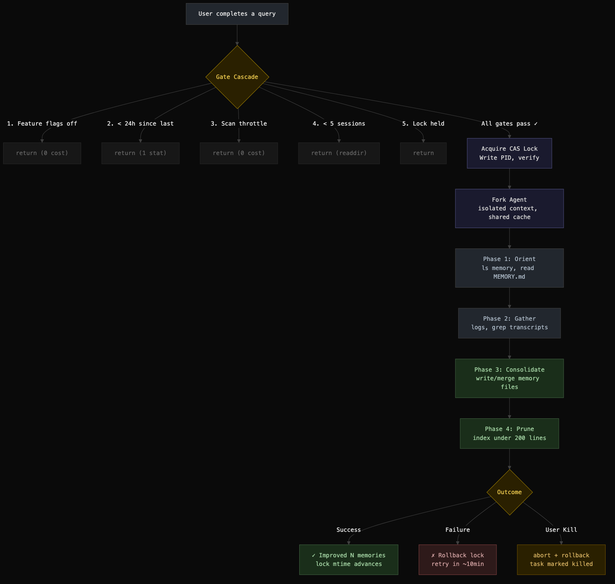
Earlier version of the Mermaid export claude-code-dream-memory-consolidation/img/dream-lifecycle.png (nirus/coder-rocks). Its source is kept beside it as claude-code-dream-memory-consolidation/img/dream-lifecycle.mmd. Source of this version:
```mermaid
flowchart TD
    A["User completes a query"] --> B{"Gate Cascade"}

    B -->|"1. Feature flags off"| X1["return (0 cost)"]
    B -->|"2. < 24h since last"| X2["return (1 stat)"]
    B -->|"3. Scan throttle"| X3["return (0 cost)"]
    B -->|"4. < 5 sessions"| X4["return (readdir)"]
    B -->|"5. Lock held"| X5["return"]
    B -->|"All gates pass ✓"| C

    C["Acquire CAS Lock\nWrite PID, verify"] --> D["Fork Agent\nisolated context, shared cache"]

    D --> E["Phase 1: Orient\nls memory, read MEMORY.md"]
    E --> F["Phase 2: Gather\nlogs, grep transcripts"]
    F --> G["Phase 3: Consolidate\nwrite/merge memory files"]
    G --> H["Phase 4: Prune\nindex under 200 lines"]

    H --> I{"Outcome"}
    I -->|"Success"| S["✓ Improved N memories\nlock mtime advances"]
    I -->|"Failure"| FL["✗ Rollback lock\nretry in ~10min"]
    I -->|"User Kill"| K["abort + rollback\ntask marked killed"]

    style A fill:#22272e,stroke:#404040,color:#e5e5e5
    style B fill:#2a2000,stroke:#a08000,color:#e5c34b
    style C fill:#1a1a2e,stroke:#505080,color:#d4d4d4
    style D fill:#1a1a2e,stroke:#505080,color:#d4d4d4
    style E fill:#22272e,stroke:#404040,color:#adbac7
    style F fill:#22272e,stroke:#404040,color:#adbac7
    style G fill:#1a2e1a,stroke:#406040,color:#a0d0a0
    style H fill:#1a2e1a,stroke:#406040,color:#a0d0a0
    style I fill:#2a2000,stroke:#a08000,color:#e5c34b
    style S fill:#1a2e1a,stroke:#406040,color:#a0d0a0
    style FL fill:#2e1a1a,stroke:#804040,color:#d0a0a0
    style K fill:#2a2000,stroke:#705000,color:#d4b060
    style X1 fill:#171717,stroke:#262626,color:#666666
    style X2 fill:#171717,stroke:#262626,color:#666666
    style X3 fill:#171717,stroke:#262626,color:#666666
    style X4 fill:#171717,stroke:#262626,color:#666666
    style X5 fill:#171717,stroke:#262626,color:#666666
```
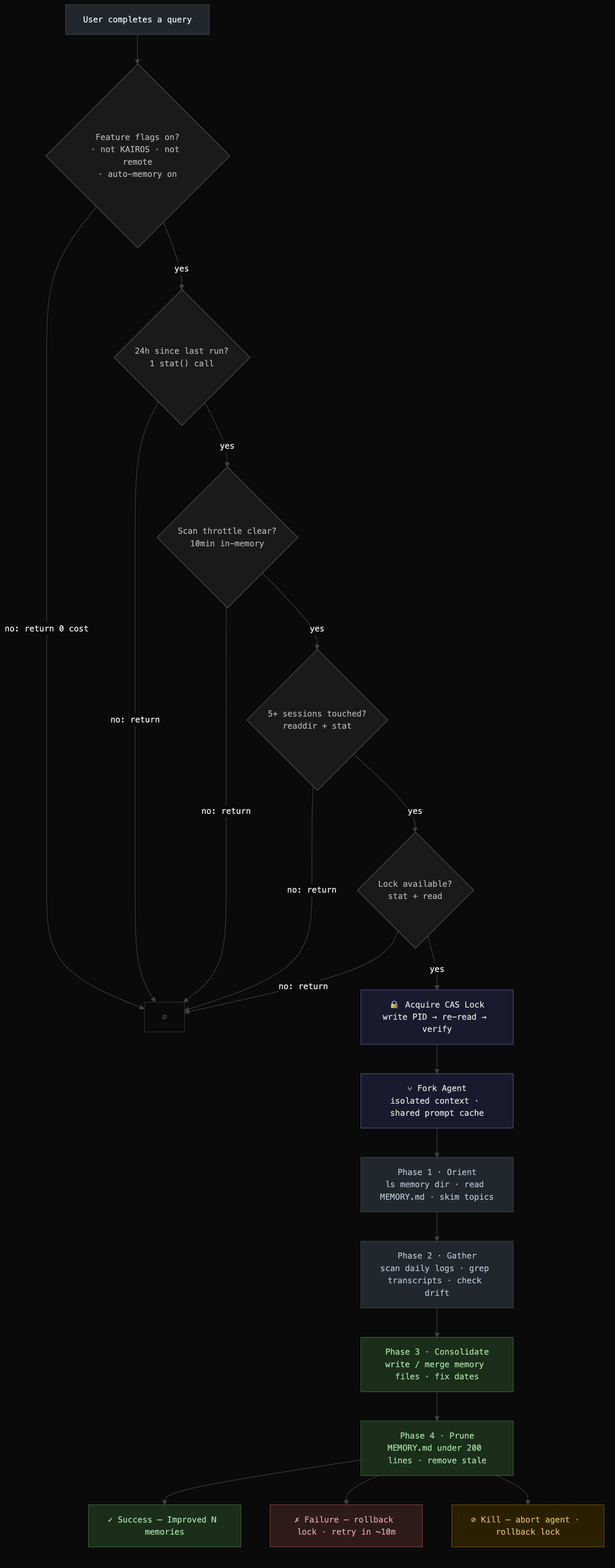
After the change.

Commit message:
fix: redesign Dream diagram as centered vertical flowchart

Diff of the diagram source:
```diff
@@ -1,39 +1,42 @@
 flowchart TD
-    A["User completes a query"] --> B{"Gate Cascade"}
+    A["User completes a query"]
+    A --> B{"Feature flags on?\n· not KAIROS · not remote\n· auto-memory on"}
+    B -->|"no: return 0 cost"| Z["∅"]
+    B -->|yes| C{"24h since last run?\n1 stat() call"}
+    C -->|"no: return"| Z
+    C -->|yes| D{"Scan throttle clear?\n10min in-memory"}
+    D -->|"no: return"| Z
+    D -->|yes| E{"5+ sessions touched?\nreaddir + stat"}
+    E -->|"no: return"| Z
+    E -->|yes| F{"Lock available?\nstat + read"}
+    F -->|"no: return"| Z
+    F -->|yes| G
 
-    B -->|"1. Feature flags off"| X1["return (0 cost)"]
-    B -->|"2. < 24h since last"| X2["return (1 stat)"]
-    B -->|"3. Scan throttle"| X3["return (0 cost)"]
-    B -->|"4. < 5 sessions"| X4["return (readdir)"]
-    B -->|"5. Lock held"| X5["return"]
-    B -->|"All gates pass ✓"| C
+    G["🔒 Acquire CAS Lock\nwrite PID → re-read → verify"]
+    G --> H["⑂ Fork Agent\nisolated context · shared prompt cache"]
 
-    C["Acquire CAS Lock\nWrite PID, verify"] --> D["Fork Agent\nisolated context, shared cache"]
+    H --> P1["Phase 1 · Orient\nls memory dir · read MEMORY.md · skim topics"]
+    P1 --> P2["Phase 2 · Gather\nscan daily logs · grep transcripts · check drift"]
+    P2 --> P3["Phase 3 · Consolidate\nwrite / merge memory files · fix dates"]
+    P3 --> P4["Phase 4 · Prune\nMEMORY.md under 200 lines · remove stale"]
 
-    D --> E["Phase 1: Orient\nls memory, read MEMORY.md"]
-    E --> F["Phase 2: Gather\nlogs, grep transcripts"]
-    F --> G["Phase 3: Consolidate\nwrite/merge memory files"]
-    G --> H["Phase 4: Prune\nindex under 200 lines"]
-
-    H --> I{"Outcome"}
-    I -->|"Success"| S["✓ Improved N memories\nlock mtime advances"]
-    I -->|"Failure"| FL["✗ Rollback lock\nretry in ~10min"]
-    I -->|"User Kill"| K["abort + rollback\ntask marked killed"]
+    P4 --> S["✓ Success — Improved N memories"]
+    P4 --> FL["✗ Failure — rollback lock · retry in ~10m"]
+    P4 --> K["⊘ Kill — abort agent · rollback lock"]
 
     style A fill:#22272e,stroke:#404040,color:#e5e5e5
-    style B fill:#2a2000,stroke:#a08000,color:#e5c34b
-    style C fill:#1a1a2e,stroke:#505080,color:#d4d4d4
-    style D fill:#1a1a2e,stroke:#505080,color:#d4d4d4
-    style E fill:#22272e,stroke:#404040,color:#adbac7
-    style F fill:#22272e,stroke:#404040,color:#adbac7
-    style G fill:#1a2e1a,stroke:#406040,color:#a0d0a0
-    style H fill:#1a2e1a,stroke:#406040,color:#a0d0a0
-    style I fill:#2a2000,stroke:#a08000,color:#e5c34b
+    style B fill:#1a1a1a,stroke:#555,color:#aaa
+    style C fill:#1a1a1a,stroke:#555,color:#aaa
+    style D fill:#1a1a1a,stroke:#555,color:#aaa
+    style E fill:#1a1a1a,stroke:#555,color:#aaa
+    style F fill:#1a1a1a,stroke:#555,color:#aaa
+    style Z fill:#0a0a0a,stroke:#333,color:#444
+    style G fill:#1a1a2e,stroke:#505080,color:#d4d4d4
+    style H fill:#1a1a2e,stroke:#505080,color:#d4d4d4
+    style P1 fill:#22272e,stroke:#404040,color:#adbac7
+    style P2 fill:#22272e,stroke:#404040,color:#adbac7
+    style P3 fill:#1a2e1a,stroke:#406040,color:#a0d0a0
+    style P4 fill:#1a2e1a,stroke:#406040,color:#a0d0a0
     style S fill:#1a2e1a,stroke:#406040,color:#a0d0a0
     style FL fill:#2e1a1a,stroke:#804040,color:#d0a0a0
     style K fill:#2a2000,stroke:#705000,color:#d4b060
-    style X1 fill:#171717,stroke:#262626,color:#666666
-    style X2 fill:#171717,stroke:#262626,color:#666666
-    style X3 fill:#171717,stroke:#262626,color:#666666
-    style X4 fill:#171717,stroke:#262626,color:#666666
-    style X5 fill:#171717,stroke:#262626,color:#666666
```
